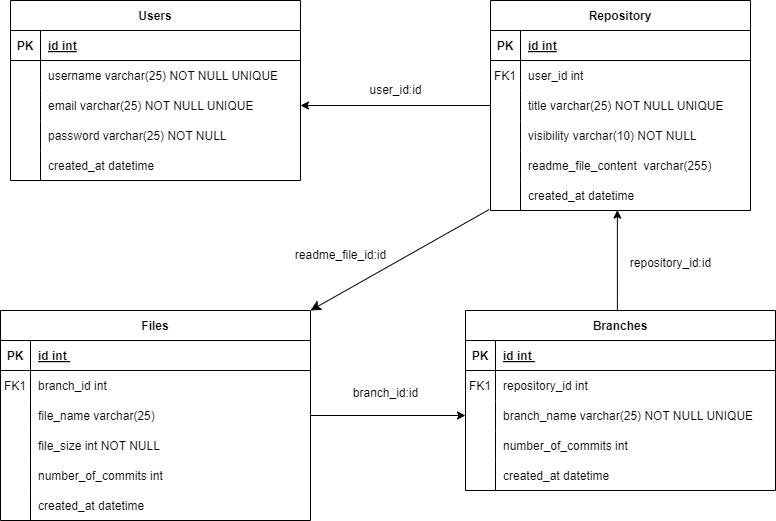
Earlier version of the draw.io export Github.png (Rie0/Lab9). Source tidied: cells renumbered, new cells last; positions are measured from the earlier drawing's top-left corner, leaving out a move shared by most shapes. Its diagram source:
```xml
<mxGraphModel>
  <root>
    <mxCell id="0" />
    <mxCell id="1" parent="0" />
    <mxCell id="2" value="Repository" style="shape=table;startSize=30;rowLines=0;fontStyle=1;align=center;" parent="1" vertex="1">
      <mxGeometry x="490" width="260" height="210" as="geometry" />
    </mxCell>
    <mxCell id="3" style="shape=partialRectangle;fillColor=none;top=0;left=0;right=0;bottom=1;" parent="2" vertex="1">
      <mxGeometry y="30" width="260" height="30" as="geometry" />
    </mxCell>
    <mxCell id="4" value="PK" style="shape=partialRectangle;overflow=hidden;fillColor=none;top=0;left=0;bottom=0;right=0;fontStyle=1;" parent="3" vertex="1">
      <mxGeometry width="30" height="30" as="geometry" />
    </mxCell>
    <mxCell id="5" value="id int" style="shape=partialRectangle;overflow=hidden;fillColor=none;top=0;left=0;bottom=0;right=0;align=left;spacingLeft=6;fontStyle=5;" parent="3" vertex="1">
      <mxGeometry x="30" width="230" height="30" as="geometry" />
    </mxCell>
    <mxCell id="6" style="shape=partialRectangle;fillColor=none;top=0;left=0;right=0;bottom=0;" parent="2" vertex="1">
      <mxGeometry y="60" width="260" height="30" as="geometry" />
    </mxCell>
    <mxCell id="7" value="FK1" style="shape=partialRectangle;overflow=hidden;fillColor=none;top=0;left=0;bottom=0;right=0;" parent="6" vertex="1">
      <mxGeometry width="30" height="30" as="geometry" />
    </mxCell>
    <mxCell id="8" value="user_id int" style="shape=partialRectangle;overflow=hidden;fillColor=none;top=0;left=0;bottom=0;right=0;align=left;spacingLeft=6;" parent="6" vertex="1">
      <mxGeometry x="30" width="230" height="30" as="geometry" />
    </mxCell>
    <mxCell id="9" style="shape=partialRectangle;fillColor=none;points=[[0,0.5],[1,0.5]];portConstraint=eastwest;top=0;left=0;right=0;bottom=0;" parent="2" vertex="1">
      <mxGeometry y="90" width="260" height="30" as="geometry" />
    </mxCell>
    <mxCell id="10" style="shape=partialRectangle;overflow=hidden;fillColor=none;top=0;left=0;bottom=0;right=0;" parent="9" vertex="1">
      <mxGeometry width="30" height="30" as="geometry" />
    </mxCell>
    <mxCell id="11" value="title varchar(25) NOT NULL UNIQUE" style="shape=partialRectangle;overflow=hidden;fillColor=none;top=0;left=0;bottom=0;right=0;align=left;spacingLeft=6;" parent="9" vertex="1">
      <mxGeometry x="30" width="230" height="30" as="geometry" />
    </mxCell>
    <mxCell id="12" style="shape=partialRectangle;fillColor=none;top=0;left=0;right=0;bottom=0;" parent="2" vertex="1">
      <mxGeometry y="120" width="260" height="30" as="geometry" />
    </mxCell>
    <mxCell id="13" style="shape=partialRectangle;overflow=hidden;fillColor=none;top=0;left=0;bottom=0;right=0;" parent="12" vertex="1">
      <mxGeometry width="30" height="30" as="geometry" />
    </mxCell>
    <mxCell id="14" value="visibility varchar(10) NOT NULL" style="shape=partialRectangle;overflow=hidden;fillColor=none;top=0;left=0;bottom=0;right=0;align=left;spacingLeft=6;" parent="12" vertex="1">
      <mxGeometry x="30" width="230" height="30" as="geometry" />
    </mxCell>
    <mxCell id="15" style="shape=partialRectangle;fillColor=none;top=0;left=0;right=0;bottom=0;" parent="2" vertex="1">
      <mxGeometry y="150" width="260" height="30" as="geometry" />
    </mxCell>
    <mxCell id="16" style="shape=partialRectangle;overflow=hidden;fillColor=none;top=0;left=0;bottom=0;right=0;" parent="15" vertex="1">
      <mxGeometry width="30" height="30" as="geometry" />
    </mxCell>
    <mxCell id="17" value="readme_file_content  varchar(255)" style="shape=partialRectangle;overflow=hidden;fillColor=none;top=0;left=0;bottom=0;right=0;align=left;spacingLeft=6;" parent="15" vertex="1">
      <mxGeometry x="30" width="230" height="30" as="geometry" />
    </mxCell>
    <mxCell id="18" style="shape=partialRectangle;fillColor=none;points=[[0,0.5],[1,0.5]];portConstraint=eastwest;top=0;left=0;right=0;bottom=0;" parent="2" vertex="1">
      <mxGeometry y="180" width="260" height="30" as="geometry" />
    </mxCell>
    <mxCell id="19" style="shape=partialRectangle;overflow=hidden;fillColor=none;top=0;left=0;bottom=0;right=0;" parent="18" vertex="1">
      <mxGeometry width="30" height="30" as="geometry" />
    </mxCell>
    <mxCell id="20" value="created_at datetime" style="shape=partialRectangle;overflow=hidden;fillColor=none;top=0;left=0;bottom=0;right=0;align=left;spacingLeft=6;" parent="18" vertex="1">
      <mxGeometry x="30" width="230" height="30" as="geometry" />
    </mxCell>
    <mxCell id="21" value="Branches" style="shape=table;startSize=30;rowLines=0;fontStyle=1;align=center;" parent="1" vertex="1">
      <mxGeometry x="465" y="310" width="310" height="180" as="geometry" />
    </mxCell>
    <mxCell id="22" style="shape=partialRectangle;fillColor=none;top=0;left=0;right=0;bottom=1;" parent="21" vertex="1">
      <mxGeometry y="30" width="310" height="30" as="geometry" />
    </mxCell>
    <mxCell id="23" value="PK" style="shape=partialRectangle;overflow=hidden;fillColor=none;top=0;left=0;bottom=0;right=0;fontStyle=1;" parent="22" vertex="1">
      <mxGeometry width="30" height="30" as="geometry" />
    </mxCell>
    <mxCell id="24" value="id int " style="shape=partialRectangle;overflow=hidden;fillColor=none;top=0;left=0;bottom=0;right=0;align=left;spacingLeft=6;fontStyle=5;" parent="22" vertex="1">
      <mxGeometry x="30" width="280" height="30" as="geometry" />
    </mxCell>
    <mxCell id="25" style="shape=partialRectangle;fillColor=none;top=0;left=0;right=0;bottom=0;" parent="21" vertex="1">
      <mxGeometry y="60" width="310" height="30" as="geometry" />
    </mxCell>
    <mxCell id="26" value="FK1" style="shape=partialRectangle;overflow=hidden;fillColor=none;top=0;left=0;bottom=0;right=0;" parent="25" vertex="1">
      <mxGeometry width="30" height="30" as="geometry" />
    </mxCell>
    <mxCell id="27" value="repository_id int" style="shape=partialRectangle;overflow=hidden;fillColor=none;top=0;left=0;bottom=0;right=0;align=left;spacingLeft=6;" parent="25" vertex="1">
      <mxGeometry x="30" width="280" height="30" as="geometry" />
    </mxCell>
    <mxCell id="28" style="shape=partialRectangle;fillColor=none;points=[[0,0.5],[1,0.5]];portConstraint=eastwest;top=0;left=0;right=0;bottom=0;" parent="21" vertex="1">
      <mxGeometry y="90" width="310" height="30" as="geometry" />
    </mxCell>
    <mxCell id="29" style="shape=partialRectangle;overflow=hidden;fillColor=none;top=0;left=0;bottom=0;right=0;" parent="28" vertex="1">
      <mxGeometry width="30" height="30" as="geometry" />
    </mxCell>
    <mxCell id="30" value="branch_name varchar(25) NOT NULL UNIQUE" style="shape=partialRectangle;overflow=hidden;fillColor=none;top=0;left=0;bottom=0;right=0;align=left;spacingLeft=6;" parent="28" vertex="1">
      <mxGeometry x="30" width="280" height="30" as="geometry" />
    </mxCell>
    <mxCell id="31" style="shape=partialRectangle;fillColor=none;top=0;left=0;right=0;bottom=0;" parent="21" vertex="1">
      <mxGeometry y="120" width="310" height="30" as="geometry" />
    </mxCell>
    <mxCell id="32" style="shape=partialRectangle;overflow=hidden;fillColor=none;top=0;left=0;bottom=0;right=0;" parent="31" vertex="1">
      <mxGeometry width="30" height="30" as="geometry" />
    </mxCell>
    <mxCell id="33" value="number_of_commits int" style="shape=partialRectangle;overflow=hidden;fillColor=none;top=0;left=0;bottom=0;right=0;align=left;spacingLeft=6;" parent="31" vertex="1">
      <mxGeometry x="30" width="280" height="30" as="geometry" />
    </mxCell>
    <mxCell id="34" style="shape=partialRectangle;fillColor=none;top=0;left=0;right=0;bottom=0;" parent="21" vertex="1">
      <mxGeometry y="150" width="310" height="30" as="geometry" />
    </mxCell>
    <mxCell id="35" style="shape=partialRectangle;overflow=hidden;fillColor=none;top=0;left=0;bottom=0;right=0;" parent="34" vertex="1">
      <mxGeometry width="30" height="30" as="geometry" />
    </mxCell>
    <mxCell id="36" value="created_at datetime" style="shape=partialRectangle;overflow=hidden;fillColor=none;top=0;left=0;bottom=0;right=0;align=left;spacingLeft=6;" parent="34" vertex="1">
      <mxGeometry x="30" width="280" height="30" as="geometry" />
    </mxCell>
    <mxCell id="37" value="Users" style="shape=table;startSize=30;rowLines=0;fontStyle=1;align=center;" parent="1" vertex="1">
      <mxGeometry x="10" width="290" height="180" as="geometry" />
    </mxCell>
    <mxCell id="38" style="shape=partialRectangle;fillColor=none;top=0;left=0;right=0;bottom=1;" parent="37" vertex="1">
      <mxGeometry y="30" width="290" height="30" as="geometry" />
    </mxCell>
    <mxCell id="39" value="PK" style="shape=partialRectangle;overflow=hidden;fillColor=none;top=0;left=0;bottom=0;right=0;fontStyle=1;" parent="38" vertex="1">
      <mxGeometry width="30" height="30" as="geometry" />
    </mxCell>
    <mxCell id="40" value="id int" style="shape=partialRectangle;overflow=hidden;fillColor=none;top=0;left=0;bottom=0;right=0;align=left;spacingLeft=6;fontStyle=5;" parent="38" vertex="1">
      <mxGeometry x="30" width="260" height="30" as="geometry" />
    </mxCell>
    <mxCell id="41" style="shape=partialRectangle;fillColor=none;top=0;left=0;right=0;bottom=0;" parent="37" vertex="1">
      <mxGeometry y="60" width="290" height="30" as="geometry" />
    </mxCell>
    <mxCell id="42" style="shape=partialRectangle;overflow=hidden;fillColor=none;top=0;left=0;bottom=0;right=0;" parent="41" vertex="1">
      <mxGeometry width="30" height="30" as="geometry" />
    </mxCell>
    <mxCell id="43" value="username varchar(25) NOT NULL UNIQUE" style="shape=partialRectangle;overflow=hidden;fillColor=none;top=0;left=0;bottom=0;right=0;align=left;spacingLeft=6;" parent="41" vertex="1">
      <mxGeometry x="30" width="260" height="30" as="geometry" />
    </mxCell>
    <mxCell id="44" style="shape=partialRectangle;fillColor=none;points=[[0,0.5],[1,0.5]];portConstraint=eastwest;top=0;left=0;right=0;bottom=0;" parent="37" vertex="1">
      <mxGeometry y="90" width="290" height="30" as="geometry" />
    </mxCell>
    <mxCell id="45" style="shape=partialRectangle;overflow=hidden;fillColor=none;top=0;left=0;bottom=0;right=0;" parent="44" vertex="1">
      <mxGeometry width="30" height="30" as="geometry" />
    </mxCell>
    <mxCell id="46" value="email varchar(25) NOT NULL UNIQUE" style="shape=partialRectangle;overflow=hidden;fillColor=none;top=0;left=0;bottom=0;right=0;align=left;spacingLeft=6;" parent="44" vertex="1">
      <mxGeometry x="30" width="260" height="30" as="geometry" />
    </mxCell>
    <mxCell id="47" style="shape=partialRectangle;fillColor=none;top=0;left=0;right=0;bottom=0;" parent="37" vertex="1">
      <mxGeometry y="120" width="290" height="30" as="geometry" />
    </mxCell>
    <mxCell id="48" style="shape=partialRectangle;overflow=hidden;fillColor=none;top=0;left=0;bottom=0;right=0;" parent="47" vertex="1">
      <mxGeometry width="30" height="30" as="geometry" />
    </mxCell>
    <mxCell id="49" value="password varchar(25) NOT NULL " style="shape=partialRectangle;overflow=hidden;fillColor=none;top=0;left=0;bottom=0;right=0;align=left;spacingLeft=6;" parent="47" vertex="1">
      <mxGeometry x="30" width="260" height="30" as="geometry" />
    </mxCell>
    <mxCell id="50" style="shape=partialRectangle;fillColor=none;top=0;left=0;right=0;bottom=0;" parent="37" vertex="1">
      <mxGeometry y="150" width="290" height="30" as="geometry" />
    </mxCell>
    <mxCell id="51" style="shape=partialRectangle;overflow=hidden;fillColor=none;top=0;left=0;bottom=0;right=0;" parent="50" vertex="1">
      <mxGeometry width="30" height="30" as="geometry" />
    </mxCell>
    <mxCell id="52" value="created_at datetime" style="shape=partialRectangle;overflow=hidden;fillColor=none;top=0;left=0;bottom=0;right=0;align=left;spacingLeft=6;" parent="50" vertex="1">
      <mxGeometry x="30" width="260" height="30" as="geometry" />
    </mxCell>
    <mxCell id="53" style="edgeStyle=orthogonalEdgeStyle;rounded=0;jettySize=auto;html=1;exitX=0.5;exitY=0;exitDx=0;exitDy=0;entryX=0.488;entryY=0.98;entryDx=0;entryDy=0;entryPerimeter=0;" parent="1" edge="1" source="21">
      <mxGeometry relative="1" as="geometry">
        <mxPoint x="616.9" y="209.6" as="targetPoint" />
        <Array as="points">
          <mxPoint x="617" y="310" />
        </Array>
      </mxGeometry>
    </mxCell>
    <mxCell id="54" style="edgeStyle=orthogonalEdgeStyle;rounded=0;jettySize=auto;html=1;exitX=0;exitY=0.5;exitDx=0;exitDy=0;entryX=1;entryY=0.5;entryDx=0;entryDy=0;" parent="1" edge="1" source="9" target="44">
      <mxGeometry relative="1" as="geometry" />
    </mxCell>
    <mxCell id="55" value="user_id:id" style="text;html=1;align=center;verticalAlign=middle;strokeColor=none;fillColor=none;" parent="1" vertex="1">
      <mxGeometry x="355" y="75" width="80" height="30" as="geometry" />
    </mxCell>
    <mxCell id="56" value="repository_id:id" style="text;html=1;align=center;verticalAlign=middle;strokeColor=none;fillColor=none;" parent="1" vertex="1">
      <mxGeometry x="620" y="248" width="100" height="30" as="geometry" />
    </mxCell>
    <mxCell id="57" value="Files" style="shape=table;startSize=30;rowLines=0;fontStyle=1;align=center;" parent="1" vertex="1">
      <mxGeometry y="310" width="310" height="210" as="geometry" />
    </mxCell>
    <mxCell id="58" style="shape=partialRectangle;fillColor=none;top=0;left=0;right=0;bottom=1;" parent="57" vertex="1">
      <mxGeometry y="30" width="310" height="30" as="geometry" />
    </mxCell>
    <mxCell id="59" value="PK" style="shape=partialRectangle;overflow=hidden;fillColor=none;top=0;left=0;bottom=0;right=0;fontStyle=1;" parent="58" vertex="1">
      <mxGeometry width="30" height="30" as="geometry" />
    </mxCell>
    <mxCell id="60" value="id int " style="shape=partialRectangle;overflow=hidden;fillColor=none;top=0;left=0;bottom=0;right=0;align=left;spacingLeft=6;fontStyle=5;" parent="58" vertex="1">
      <mxGeometry x="30" width="280" height="30" as="geometry" />
    </mxCell>
    <mxCell id="61" style="shape=partialRectangle;fillColor=none;top=0;left=0;right=0;bottom=0;" parent="57" vertex="1">
      <mxGeometry y="60" width="310" height="30" as="geometry" />
    </mxCell>
    <mxCell id="62" value="FK1" style="shape=partialRectangle;overflow=hidden;fillColor=none;top=0;left=0;bottom=0;right=0;" parent="61" vertex="1">
      <mxGeometry width="30" height="30" as="geometry" />
    </mxCell>
    <mxCell id="63" value="branch_id int" style="shape=partialRectangle;overflow=hidden;fillColor=none;top=0;left=0;bottom=0;right=0;align=left;spacingLeft=6;" parent="61" vertex="1">
      <mxGeometry x="30" width="280" height="30" as="geometry" />
    </mxCell>
    <mxCell id="64" style="shape=partialRectangle;fillColor=none;points=[[0,0.5],[1,0.5]];portConstraint=eastwest;top=0;left=0;right=0;bottom=0;" parent="57" vertex="1">
      <mxGeometry y="90" width="310" height="30" as="geometry" />
    </mxCell>
    <mxCell id="65" style="shape=partialRectangle;overflow=hidden;fillColor=none;top=0;left=0;bottom=0;right=0;" parent="64" vertex="1">
      <mxGeometry width="30" height="30" as="geometry" />
    </mxCell>
    <mxCell id="66" value="file_name varchar(25)" style="shape=partialRectangle;overflow=hidden;fillColor=none;top=0;left=0;bottom=0;right=0;align=left;spacingLeft=6;" parent="64" vertex="1">
      <mxGeometry x="30" width="280" height="30" as="geometry" />
    </mxCell>
    <mxCell id="67" style="shape=partialRectangle;fillColor=none;top=0;left=0;right=0;bottom=0;" parent="57" vertex="1">
      <mxGeometry y="120" width="310" height="30" as="geometry" />
    </mxCell>
    <mxCell id="68" style="shape=partialRectangle;overflow=hidden;fillColor=none;top=0;left=0;bottom=0;right=0;" parent="67" vertex="1">
      <mxGeometry width="30" height="30" as="geometry" />
    </mxCell>
    <mxCell id="69" value="file_size int NOT NULL" style="shape=partialRectangle;overflow=hidden;fillColor=none;top=0;left=0;bottom=0;right=0;align=left;spacingLeft=6;" parent="67" vertex="1">
      <mxGeometry x="30" width="280" height="30" as="geometry" />
    </mxCell>
    <mxCell id="70" style="shape=partialRectangle;fillColor=none;top=0;left=0;right=0;bottom=0;" parent="57" vertex="1">
      <mxGeometry y="150" width="310" height="30" as="geometry" />
    </mxCell>
    <mxCell id="71" style="shape=partialRectangle;overflow=hidden;fillColor=none;top=0;left=0;bottom=0;right=0;" parent="70" vertex="1">
      <mxGeometry width="30" height="30" as="geometry" />
    </mxCell>
    <mxCell id="72" value="number_of_commits int" style="shape=partialRectangle;overflow=hidden;fillColor=none;top=0;left=0;bottom=0;right=0;align=left;spacingLeft=6;" parent="70" vertex="1">
      <mxGeometry x="30" width="280" height="30" as="geometry" />
    </mxCell>
    <mxCell id="73" style="shape=partialRectangle;fillColor=none;top=0;left=0;right=0;bottom=0;" parent="57" vertex="1">
      <mxGeometry y="180" width="310" height="30" as="geometry" />
    </mxCell>
    <mxCell id="74" style="shape=partialRectangle;overflow=hidden;fillColor=none;top=0;left=0;bottom=0;right=0;" parent="73" vertex="1">
      <mxGeometry width="30" height="30" as="geometry" />
    </mxCell>
    <mxCell id="75" value="created_at datetime" style="shape=partialRectangle;overflow=hidden;fillColor=none;top=0;left=0;bottom=0;right=0;align=left;spacingLeft=6;" parent="73" vertex="1">
      <mxGeometry x="30" width="280" height="30" as="geometry" />
    </mxCell>
    <mxCell id="76" style="edgeStyle=orthogonalEdgeStyle;rounded=0;jettySize=auto;html=1;exitX=1;exitY=0.5;exitDx=0;exitDy=0;entryX=0;entryY=0.5;entryDx=0;entryDy=0;" parent="1" edge="1" source="64" target="28">
      <mxGeometry relative="1" as="geometry" />
    </mxCell>
    <mxCell id="77" value="branch_id:id" style="text;html=1;align=center;verticalAlign=middle;strokeColor=none;fillColor=none;" parent="1" vertex="1">
      <mxGeometry x="340" y="378" width="90" height="30" as="geometry" />
    </mxCell>
    <mxCell id="78" style="endArrow=classic;html=1;rounded=0;endSize=8;startSize=8;exitX=-0.005;exitY=0.967;exitDx=0;exitDy=0;exitPerimeter=0;entryX=1;entryY=0;entryDx=0;entryDy=0;" parent="1" edge="1" source="18" target="57">
      <mxGeometry relative="1" as="geometry" />
    </mxCell>
    <mxCell id="79" value="readme_file_id:id" style="text;html=1;align=center;verticalAlign=middle;strokeColor=none;fillColor=none;" parent="1" vertex="1">
      <mxGeometry x="285" y="240" width="110" height="30" as="geometry" />
    </mxCell>
  </root>
</mxGraphModel>
```
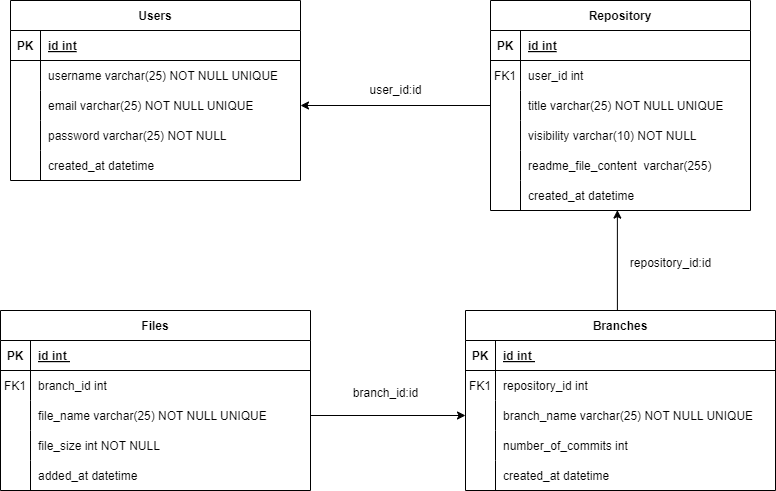
The same diagram one commit later.

What changed in the source:
```diff
@@ -173,7 +173,7 @@
       <mxGeometry x="620" y="248" width="100" height="30" as="geometry" />
     </mxCell>
     <mxCell id="57" value="Files" style="shape=table;startSize=30;rowLines=0;fontStyle=1;align=center;" parent="1" vertex="1">
-      <mxGeometry y="310" width="310" height="210" as="geometry" />
+      <mxGeometry y="310" width="310" height="180" as="geometry" />
     </mxCell>
     <mxCell id="58" style="shape=partialRectangle;fillColor=none;top=0;left=0;right=0;bottom=1;" parent="57" vertex="1">
       <mxGeometry y="30" width="310" height="30" as="geometry" />
@@ -199,7 +199,7 @@
     <mxCell id="65" style="shape=partialRectangle;overflow=hidden;fillColor=none;top=0;left=0;bottom=0;right=0;" parent="64" vertex="1">
       <mxGeometry width="30" height="30" as="geometry" />
     </mxCell>
-    <mxCell id="66" value="file_name varchar(25)" style="shape=partialRectangle;overflow=hidden;fillColor=none;top=0;left=0;bottom=0;right=0;align=left;spacingLeft=6;" parent="64" vertex="1">
+    <mxCell id="66" value="file_name varchar(25) NOT NULL UNIQUE" style="shape=partialRectangle;overflow=hidden;fillColor=none;top=0;left=0;bottom=0;right=0;align=left;spacingLeft=6;" parent="64" vertex="1">
       <mxGeometry x="30" width="280" height="30" as="geometry" />
     </mxCell>
     <mxCell id="67" style="shape=partialRectangle;fillColor=none;top=0;left=0;right=0;bottom=0;" parent="57" vertex="1">
@@ -211,22 +211,13 @@
     <mxCell id="69" value="file_size int NOT NULL" style="shape=partialRectangle;overflow=hidden;fillColor=none;top=0;left=0;bottom=0;right=0;align=left;spacingLeft=6;" parent="67" vertex="1">
       <mxGeometry x="30" width="280" height="30" as="geometry" />
     </mxCell>
-    <mxCell id="70" style="shape=partialRectangle;fillColor=none;top=0;left=0;right=0;bottom=0;" parent="57" vertex="1">
-      <mxGeometry y="150" width="310" height="30" as="geometry" />
-    </mxCell>
-    <mxCell id="71" style="shape=partialRectangle;overflow=hidden;fillColor=none;top=0;left=0;bottom=0;right=0;" parent="70" vertex="1">
-      <mxGeometry width="30" height="30" as="geometry" />
-    </mxCell>
-    <mxCell id="72" value="number_of_commits int" style="shape=partialRectangle;overflow=hidden;fillColor=none;top=0;left=0;bottom=0;right=0;align=left;spacingLeft=6;" parent="70" vertex="1">
-      <mxGeometry x="30" width="280" height="30" as="geometry" />
-    </mxCell>
     <mxCell id="73" style="shape=partialRectangle;fillColor=none;top=0;left=0;right=0;bottom=0;" parent="57" vertex="1">
-      <mxGeometry y="180" width="310" height="30" as="geometry" />
+      <mxGeometry y="150" width="310" height="30" as="geometry" />
     </mxCell>
     <mxCell id="74" style="shape=partialRectangle;overflow=hidden;fillColor=none;top=0;left=0;bottom=0;right=0;" parent="73" vertex="1">
       <mxGeometry width="30" height="30" as="geometry" />
     </mxCell>
-    <mxCell id="75" value="created_at datetime" style="shape=partialRectangle;overflow=hidden;fillColor=none;top=0;left=0;bottom=0;right=0;align=left;spacingLeft=6;" parent="73" vertex="1">
+    <mxCell id="75" value="added_at datetime" style="shape=partialRectangle;overflow=hidden;fillColor=none;top=0;left=0;bottom=0;right=0;align=left;spacingLeft=6;" parent="73" vertex="1">
       <mxGeometry x="30" width="280" height="30" as="geometry" />
     </mxCell>
     <mxCell id="76" style="edgeStyle=orthogonalEdgeStyle;rounded=0;jettySize=auto;html=1;exitX=1;exitY=0.5;exitDx=0;exitDy=0;entryX=0;entryY=0.5;entryDx=0;entryDy=0;" parent="1" edge="1" source="64" target="28">
@@ -235,11 +226,5 @@
     <mxCell id="77" value="branch_id:id" style="text;html=1;align=center;verticalAlign=middle;strokeColor=none;fillColor=none;" parent="1" vertex="1">
       <mxGeometry x="340" y="378" width="90" height="30" as="geometry" />
     </mxCell>
-    <mxCell id="78" style="endArrow=classic;html=1;rounded=0;endSize=8;startSize=8;exitX=-0.005;exitY=0.967;exitDx=0;exitDy=0;exitPerimeter=0;entryX=1;entryY=0;entryDx=0;entryDy=0;" parent="1" edge="1" source="18" target="57">
-      <mxGeometry relative="1" as="geometry" />
-    </mxCell>
-    <mxCell id="79" value="readme_file_id:id" style="text;html=1;align=center;verticalAlign=middle;strokeColor=none;fillColor=none;" parent="1" vertex="1">
-      <mxGeometry x="285" y="240" width="110" height="30" as="geometry" />
-    </mxCell>
   </root>
 </mxGraphModel>
```
